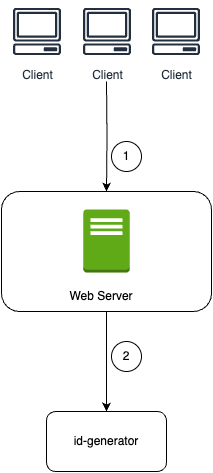
Earlier version of the draw.io export id-generator-Architecture Simple.drawio.png (chrix75/id-generator). Source tidied: cells renumbered, new cells last; positions are measured from the earlier drawing's top-left corner, leaving out a move shared by most shapes.
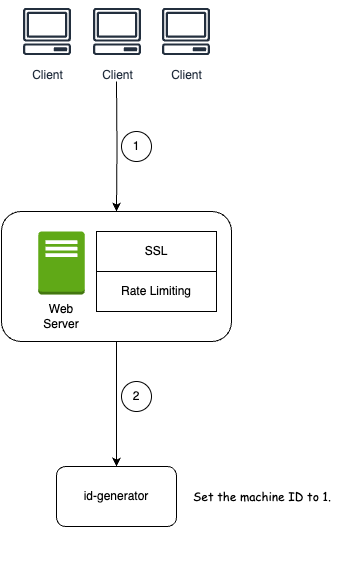
After the commit.

Commit message:
Update architecture diagrams and README for better clarity

The edit, as a diff of the source:
```diff
@@ -2,32 +2,41 @@
   <root>
     <mxCell id="0" />
     <mxCell id="1" parent="0" />
-    <mxCell id="2" value="id-generator" style="rounded=1;whiteSpace=wrap;html=1;" parent="1" vertex="1">
-      <mxGeometry x="45" y="410" width="120" height="60" as="geometry" />
-    </mxCell>
+    <mxCell id="14" style="group;" parent="1" vertex="1">
+      <mxGeometry x="45" y="200" width="230" height="130" as="geometry" />
+    </mxCell>
+    <mxCell id="15" style="group;" parent="14" vertex="1">
+      <mxGeometry x="-55" y="10" width="230" height="130" as="geometry" />
+    </mxCell>
+    <mxCell id="16" style="rounded=1;whiteSpace=wrap;html=1;fillColor=none;" parent="15" vertex="1">
+      <mxGeometry width="230" height="130" as="geometry" />
+    </mxCell>
+    <mxCell id="17" style="group;" parent="15" vertex="1">
+      <mxGeometry x="30" y="20" width="60" height="100" as="geometry" />
+    </mxCell>
+    <mxCell id="18" value="W" style="dashed=0;verticalLabelPosition=bottom;verticalAlign=top;align=center;html=1;shape=mxgraph.aws3.traditional_server;fillColor=#60a917;fontColor=#ffffff;strokeColor=#2D7600;" parent="17" vertex="1">
+      <mxGeometry x="6.8" width="46.5" height="63" as="geometry" />
+    </mxCell>
+    <mxCell id="6" value="Web Server" style="text;html=1;align=center;verticalAlign=middle;whiteSpace=wrap;rounded=0;" parent="17" vertex="1">
+      <mxGeometry y="70" width="60" height="30" as="geometry" />
+    </mxCell>
+    <mxCell id="19" style="group;" parent="15" vertex="1">
+      <mxGeometry x="95" y="20" width="120" height="80" as="geometry" />
+    </mxCell>
+    <mxCell id="20" value="SSL" style="rounded=0;whiteSpace=wrap;html=1;" parent="19" vertex="1">
+      <mxGeometry width="120" height="40" as="geometry" />
+    </mxCell>
+    <mxCell id="21" value="Rate Limiting" style="rounded=0;whiteSpace=wrap;html=1;" parent="19" vertex="1">
+      <mxGeometry y="40" width="120" height="40" as="geometry" />
+    </mxCell>
-    <mxCell id="3" style="edgeStyle=orthogonalEdgeStyle;rounded=0;jettySize=auto;html=1;entryX=0.5;entryY=0;entryDx=0;entryDy=0;exitX=0.5;exitY=1;exitDx=0;exitDy=0;" parent="1" edge="1" target="5">
+    <mxCell id="3" style="edgeStyle=orthogonalEdgeStyle;rounded=0;jettySize=auto;html=1;entryX=0.5;entryY=0;entryDx=0;entryDy=0;exitX=0.5;exitY=1;exitDx=0;exitDy=0;" parent="1" edge="1" target="16">
       <mxGeometry relative="1" as="geometry">
         <mxPoint x="105" y="80" as="sourcePoint" />
       </mxGeometry>
     </mxCell>
-    <mxCell id="4" style="edgeStyle=orthogonalEdgeStyle;rounded=0;jettySize=auto;html=1;" parent="1" edge="1" source="5" target="2">
-      <mxGeometry relative="1" as="geometry" />
-    </mxCell>
-    <mxCell id="5" style="rounded=1;whiteSpace=wrap;html=1;fillColor=none;" parent="1" vertex="1">
-      <mxGeometry y="190" width="210" height="120" as="geometry" />
-    </mxCell>
-    <mxCell id="6" value="Web Server" style="text;html=1;align=center;verticalAlign=middle;whiteSpace=wrap;rounded=0;fontStyle=0;" parent="1" vertex="1">
-      <mxGeometry x="50" y="280" width="100" height="30" as="geometry" />
-    </mxCell>
-    <mxCell id="7" style="dashed=0;verticalLabelPosition=bottom;verticalAlign=top;align=center;html=1;shape=mxgraph.aws3.traditional_server;fillColor=#60a917;strokeColor=#2D7600;fontColor=#ffffff;" parent="1" vertex="1">
-      <mxGeometry x="81.8" y="208" width="46.5" height="63" as="geometry" />
-    </mxCell>
     <mxCell id="8" value="1" style="ellipse;whiteSpace=wrap;html=1;" parent="1" vertex="1">
-      <mxGeometry x="110" y="140" width="30" height="30" as="geometry" />
+      <mxGeometry x="110" y="130" width="30" height="30" as="geometry" />
     </mxCell>
-    <mxCell id="9" value="2" style="ellipse;whiteSpace=wrap;html=1;" parent="1" vertex="1">
-      <mxGeometry x="110" y="340" width="30" height="30" as="geometry" />
-    </mxCell>
     <mxCell id="10" style="group;" parent="1" vertex="1">
       <mxGeometry x="5.5" width="199" height="60" as="geometry" />
     </mxCell>
@@ -40,5 +49,20 @@
     <mxCell id="13" value="Client" style="sketch=0;fontColor=#232F3E;gradientColor=none;strokeColor=#232F3E;fillColor=#ffffff;dashed=0;verticalLabelPosition=bottom;verticalAlign=top;align=center;html=1;fontSize=12;fontStyle=0;shape=mxgraph.aws4.resourceIcon;resIcon=mxgraph.aws4.client;" parent="10" vertex="1">
       <mxGeometry x="139" width="60" height="60" as="geometry" />
     </mxCell>
+    <mxCell id="22" style="group;" parent="1" vertex="1">
+      <mxGeometry x="-10" y="430" width="230" height="130" as="geometry" />
+    </mxCell>
+    <mxCell id="2" value="id-generator" style="rounded=1;whiteSpace=wrap;html=1;" parent="22" vertex="1">
+      <mxGeometry x="55" y="35" width="120" height="60" as="geometry" />
+    </mxCell>
+    <mxCell id="23" style="edgeStyle=orthogonalEdgeStyle;rounded=0;jettySize=auto;html=1;entryX=0.5;entryY=0;entryDx=0;entryDy=0;exitX=0.5;exitY=1;exitDx=0;exitDy=0;" parent="1" edge="1" source="16" target="2">
+      <mxGeometry relative="1" as="geometry" />
+    </mxCell>
+    <mxCell id="9" value="2" style="ellipse;whiteSpace=wrap;html=1;" parent="1" vertex="1">
+      <mxGeometry x="110" y="380" width="30" height="30" as="geometry" />
+    </mxCell>
+    <mxCell id="24" value="Set the machine ID to 1." style="text;html=1;align=left;verticalAlign=middle;whiteSpace=wrap;rounded=0;fontFamily=Comic Sans MS;" parent="1" vertex="1">
+      <mxGeometry x="180" y="480" width="150" height="30" as="geometry" />
+    </mxCell>
   </root>
 </mxGraphModel>
```
